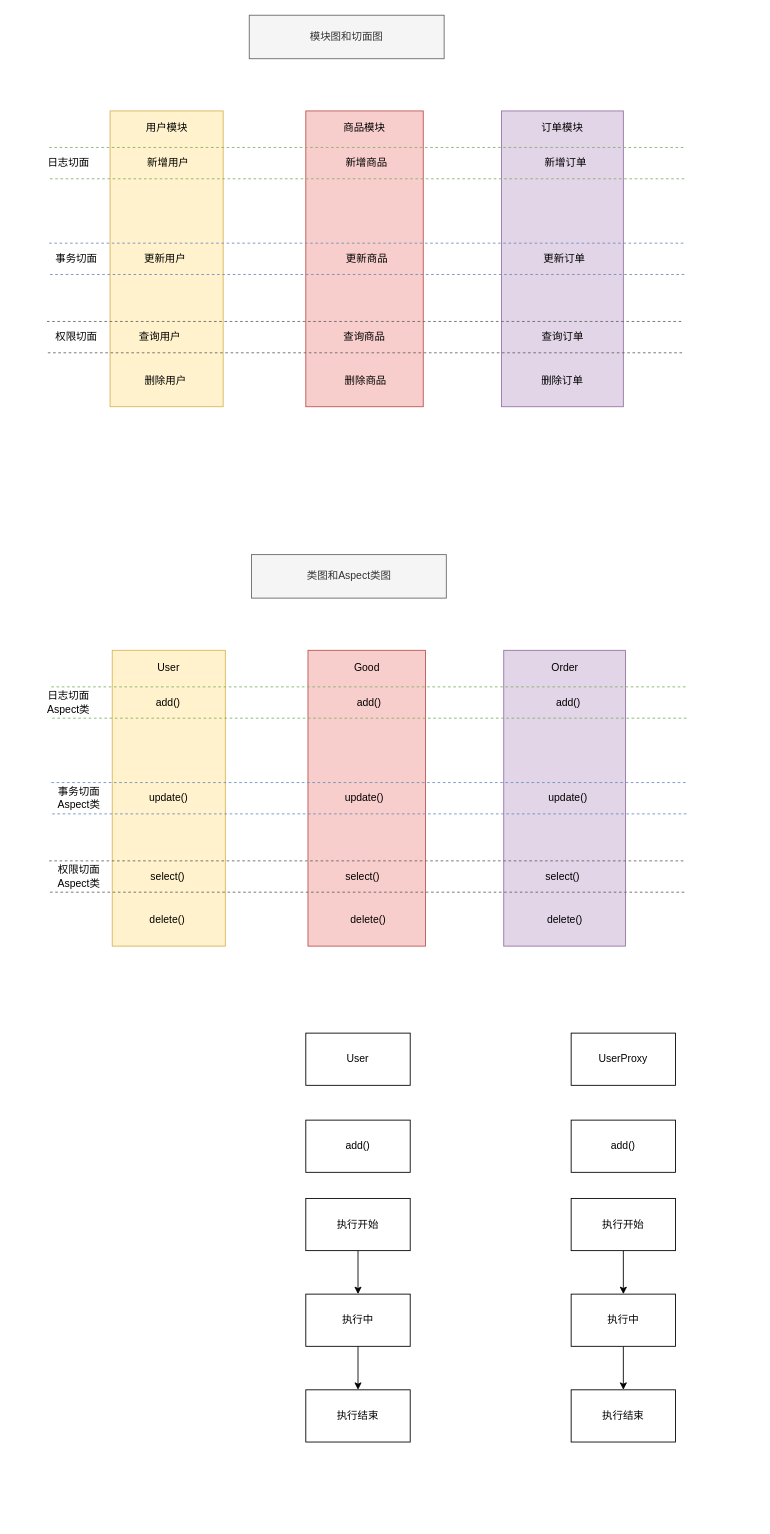
chuzhonglingyan/draw-io keeps this draw.io diagram as Aop.drawio. Above is the earlier version. Source tidied: cells renumbered, new cells numbered last; positions are measured from the earlier drawing's top-left corner, leaving out a move shared by most shapes. Both pictures are drawn from the tidied source at 87%, with x=0, y=0 at pixel (40, 15).
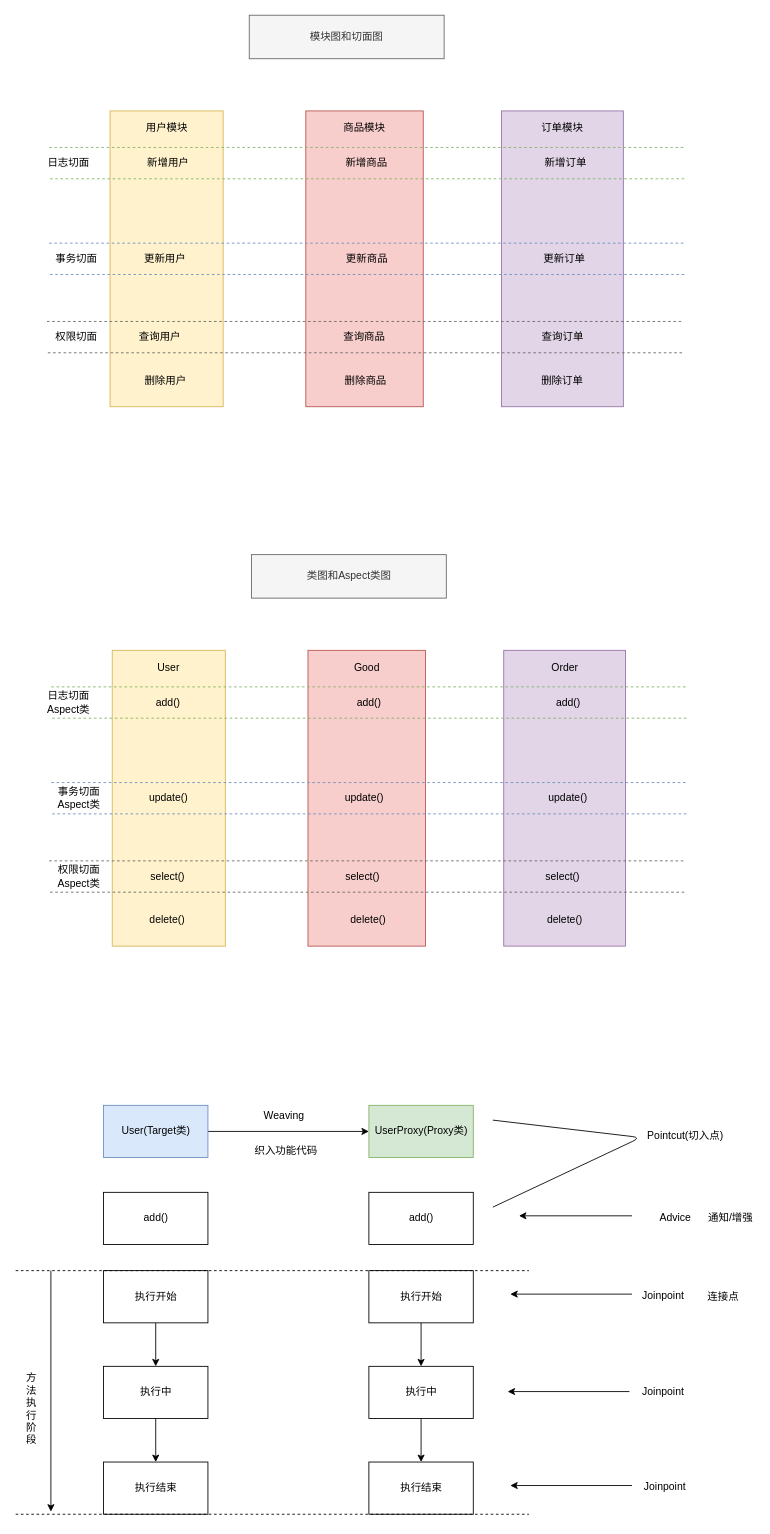
Above is the later version.

The edit, as a diff of the source:
```diff
@@
     <mxCell id="52" value="add()" style="rounded=0;whiteSpace=wrap;html=1;" parent="1" vertex="1">
-      <mxGeometry x="305" y="1270" width="120" height="60" as="geometry" />
+      <mxGeometry x="72.5" y="1353" width="120" height="60" as="geometry" />
     </mxCell>
@@
     <mxCell id="54" value="执行开始" style="rounded=0;whiteSpace=wrap;html=1;" parent="1" vertex="1">
-      <mxGeometry x="305" y="1360" width="120" height="60" as="geometry" />
+      <mxGeometry x="72.5" y="1443" width="120" height="60" as="geometry" />
     </mxCell>
@@
     <mxCell id="56" value="执行中" style="rounded=0;whiteSpace=wrap;html=1;" parent="1" vertex="1">
-      <mxGeometry x="305" y="1470" width="120" height="60" as="geometry" />
+      <mxGeometry x="72.5" y="1553" width="120" height="60" as="geometry" />
     </mxCell>
     <mxCell id="57" value="执行结束" style="rounded=0;whiteSpace=wrap;html=1;" parent="1" vertex="1">
-      <mxGeometry x="305" y="1580" width="120" height="60" as="geometry" />
+      <mxGeometry x="72.5" y="1663" width="120" height="60" as="geometry" />
     </mxCell>
+    <mxCell id="66" style="edgeStyle=orthogonalEdgeStyle;rounded=0;jettySize=auto;html=1;entryX=0;entryY=0.5;entryDx=0;entryDy=0;" parent="1" edge="1" source="58" target="65">
+      <mxGeometry relative="1" as="geometry" />
+    </mxCell>
-    <mxCell id="58" value="User" style="rounded=0;whiteSpace=wrap;html=1;" parent="1" vertex="1">
-      <mxGeometry x="305" y="1170" width="120" height="60" as="geometry" />
+    <mxCell id="58" value="User(Target类)" style="rounded=0;whiteSpace=wrap;html=1;fillColor=#dae8fc;strokeColor=#6c8ebf;" parent="1" vertex="1">
+      <mxGeometry x="72.5" y="1253" width="120" height="60" as="geometry" />
     </mxCell>
     <mxCell id="59" value="add()" style="rounded=0;whiteSpace=wrap;html=1;" parent="1" vertex="1">
-      <mxGeometry x="610" y="1270" width="120" height="60" as="geometry" />
+      <mxGeometry x="377.5" y="1353" width="120" height="60" as="geometry" />
     </mxCell>
@@
     <mxCell id="61" value="执行开始" style="rounded=0;whiteSpace=wrap;html=1;" parent="1" vertex="1">
-      <mxGeometry x="610" y="1360" width="120" height="60" as="geometry" />
+      <mxGeometry x="377.5" y="1443" width="120" height="60" as="geometry" />
     </mxCell>
@@
     <mxCell id="63" value="执行中" style="rounded=0;whiteSpace=wrap;html=1;" parent="1" vertex="1">
-      <mxGeometry x="610" y="1470" width="120" height="60" as="geometry" />
+      <mxGeometry x="377.5" y="1553" width="120" height="60" as="geometry" />
     </mxCell>
     <mxCell id="64" value="执行结束" style="rounded=0;whiteSpace=wrap;html=1;" parent="1" vertex="1">
-      <mxGeometry x="610" y="1580" width="120" height="60" as="geometry" />
+      <mxGeometry x="377.5" y="1663" width="120" height="60" as="geometry" />
     </mxCell>
-    <mxCell id="65" value="UserProxy" style="rounded=0;whiteSpace=wrap;html=1;" parent="1" vertex="1">
-      <mxGeometry x="610" y="1170" width="120" height="60" as="geometry" />
+    <mxCell id="65" value="UserProxy(Proxy类)" style="rounded=0;whiteSpace=wrap;html=1;fillColor=#d5e8d4;strokeColor=#82b366;" parent="1" vertex="1">
+      <mxGeometry x="377.5" y="1253" width="120" height="60" as="geometry" />
     </mxCell>
+    <mxCell id="67" style="endArrow=none;dashed=1;html=1;" parent="1" edge="1">
+      <mxGeometry relative="1" as="geometry">
+        <mxPoint x="-28.5" y="1443" as="sourcePoint" />
+        <mxPoint x="561.5" y="1443" as="targetPoint" />
+      </mxGeometry>
+    </mxCell>
+    <mxCell id="68" style="endArrow=none;dashed=1;html=1;" parent="1" edge="1">
+      <mxGeometry relative="1" as="geometry">
+        <mxPoint x="-28.5" y="1723" as="sourcePoint" />
+        <mxPoint x="561.5" y="1723" as="targetPoint" />
+      </mxGeometry>
+    </mxCell>
+    <mxCell id="69" style="endArrow=classic;html=1;" parent="1" edge="1">
+      <mxGeometry relative="1" as="geometry">
+        <mxPoint x="12" y="1443" as="sourcePoint" />
+        <mxPoint x="12" y="1720" as="targetPoint" />
+      </mxGeometry>
+    </mxCell>
+    <mxCell id="70" value="方法执行阶段" style="text;html=1;strokeColor=none;fillColor=none;align=center;verticalAlign=middle;whiteSpace=wrap;rounded=0;" parent="1" vertex="1">
+      <mxGeometry x="-20" y="1503" width="20" height="197" as="geometry" />
+    </mxCell>
+    <mxCell id="71" value="Pointcut(切入点)" style="text;html=1;strokeColor=none;fillColor=none;align=center;verticalAlign=middle;whiteSpace=wrap;rounded=0;" parent="1" vertex="1">
+      <mxGeometry x="690" y="1279" width="103" height="17" as="geometry" />
+    </mxCell>
+    <mxCell id="72" value="Weaving" style="text;html=1;align=left;verticalAlign=top;spacingTop=-4;" parent="1" vertex="1">
+      <mxGeometry x="255" y="1255" width="60" height="20" as="geometry" />
+    </mxCell>
+    <mxCell id="73" value="织入功能代码" style="text;html=1;strokeColor=none;fillColor=none;align=center;verticalAlign=middle;whiteSpace=wrap;rounded=0;" parent="1" vertex="1">
+      <mxGeometry x="240" y="1296" width="85" height="17" as="geometry" />
+    </mxCell>
+    <mxCell id="74" value="Advice" style="text;html=1;strokeColor=none;fillColor=none;align=center;verticalAlign=middle;whiteSpace=wrap;rounded=0;" parent="1" vertex="1">
+      <mxGeometry x="710" y="1373" width="40" height="20" as="geometry" />
+    </mxCell>
+    <mxCell id="75" value="Joinpoint" style="text;html=1;" parent="1" vertex="1">
+      <mxGeometry x="690" y="1568" width="80" height="30" as="geometry" />
+    </mxCell>
+    <mxCell id="76" value="Joinpoint" style="text;html=1;" parent="1" vertex="1">
+      <mxGeometry x="690" y="1458" width="80" height="30" as="geometry" />
+    </mxCell>
+    <mxCell id="77" value="Joinpoint" style="text;html=1;" parent="1" vertex="1">
+      <mxGeometry x="691.5" y="1678" width="80" height="30" as="geometry" />
+    </mxCell>
+    <mxCell id="78" style="endArrow=classic;html=1;" parent="1" edge="1">
+      <mxGeometry relative="1" as="geometry">
+        <mxPoint x="680" y="1470" as="sourcePoint" />
+        <mxPoint x="540" y="1470" as="targetPoint" />
+      </mxGeometry>
+    </mxCell>
+    <mxCell id="79" style="endArrow=classic;html=1;" parent="1" edge="1">
+      <mxGeometry relative="1" as="geometry">
+        <mxPoint x="677" y="1582" as="sourcePoint" />
+        <mxPoint x="537" y="1582" as="targetPoint" />
+      </mxGeometry>
+    </mxCell>
+    <mxCell id="80" style="endArrow=classic;html=1;" parent="1" edge="1">
+      <mxGeometry relative="1" as="geometry">
+        <mxPoint x="680" y="1690" as="sourcePoint" />
+        <mxPoint x="540" y="1690" as="targetPoint" />
+      </mxGeometry>
+    </mxCell>
+    <mxCell id="81" style="endArrow=classic;html=1;" parent="1" edge="1">
+      <mxGeometry relative="1" as="geometry">
+        <mxPoint x="680" y="1380" as="sourcePoint" />
+        <mxPoint x="550" y="1380" as="targetPoint" />
+      </mxGeometry>
+    </mxCell>
+    <mxCell id="82" style="endArrow=none;html=1;" parent="1" edge="1">
+      <mxGeometry relative="1" as="geometry">
+        <mxPoint x="520" y="1370" as="sourcePoint" />
+        <mxPoint x="520" y="1270" as="targetPoint" />
+        <Array as="points">
+          <mxPoint x="690" y="1290" />
+        </Array>
+      </mxGeometry>
+    </mxCell>
+    <mxCell id="83" value="通知/增强" style="text;html=1;strokeColor=none;fillColor=none;align=center;verticalAlign=middle;whiteSpace=wrap;rounded=0;" parent="1" vertex="1">
+      <mxGeometry x="764.5" y="1374.5" width="57" height="17" as="geometry" />
+    </mxCell>
+    <mxCell id="84" value="连接点" style="text;html=1;strokeColor=none;fillColor=none;align=center;verticalAlign=middle;whiteSpace=wrap;rounded=0;" parent="1" vertex="1">
+      <mxGeometry x="765" y="1463" width="40" height="20" as="geometry" />
+    </mxCell>
```
